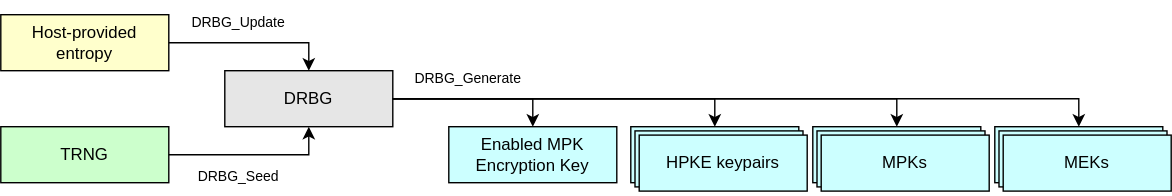
The draw.io diagram doc/ocp_lock/diagrams/drbg_diagram.drawio.svg in chipsalliance/Caliptra, before a commit. Source tidied: cells renumbered, new cells last; positions are measured from the earlier drawing's top-left corner, leaving out a move shared by most shapes.
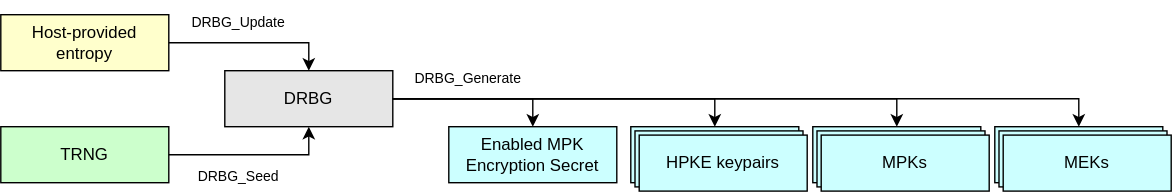
After the change.

Commit message:
Depict Enabled MPK Encryption Secret in Key Hierarchy diagram.

The edit, as a diff of the source:
```diff
@@ -52,7 +52,7 @@
     <mxCell id="15" value="DRBG_Generate" style="text;strokeColor=none;align=center;fillColor=none;html=1;verticalAlign=middle;whiteSpace=wrap;rounded=0;fontSize=10;" parent="1" vertex="1">
       <mxGeometry x="280" y="40" width="108" height="30" as="geometry" />
     </mxCell>
-    <mxCell id="16" value="&lt;div&gt;&lt;font color=&quot;#000000&quot;&gt;Enabled MPK Encryption Key&lt;/font&gt;&lt;/div&gt;" style="rounded=0;whiteSpace=wrap;html=1;align=center;verticalAlign=middle;shadow=0;glass=0;spacingLeft=0;spacingBottom=0;spacingTop=0;fillColor=#CCFFFF;" parent="1" vertex="1">
+    <mxCell id="16" value="&lt;div&gt;&lt;font color=&quot;#000000&quot;&gt;Enabled MPK Encryption Secret&lt;/font&gt;&lt;/div&gt;" style="rounded=0;whiteSpace=wrap;html=1;align=center;verticalAlign=middle;shadow=0;glass=0;spacingLeft=0;spacingBottom=0;spacingTop=0;fillColor=#CCFFFF;" parent="1" vertex="1">
       <mxGeometry x="320" y="90" width="120" height="40" as="geometry" />
     </mxCell>
     <mxCell id="17" style="edgeStyle=orthogonalEdgeStyle;endArrow=classic;html=1;rounded=0;endSize=6;startSize=6;exitX=1;exitY=0.5;exitDx=0;exitDy=0;entryX=0.5;entryY=0;entryDx=0;entryDy=0;" parent="1" edge="1" source="2" target="16">
```
